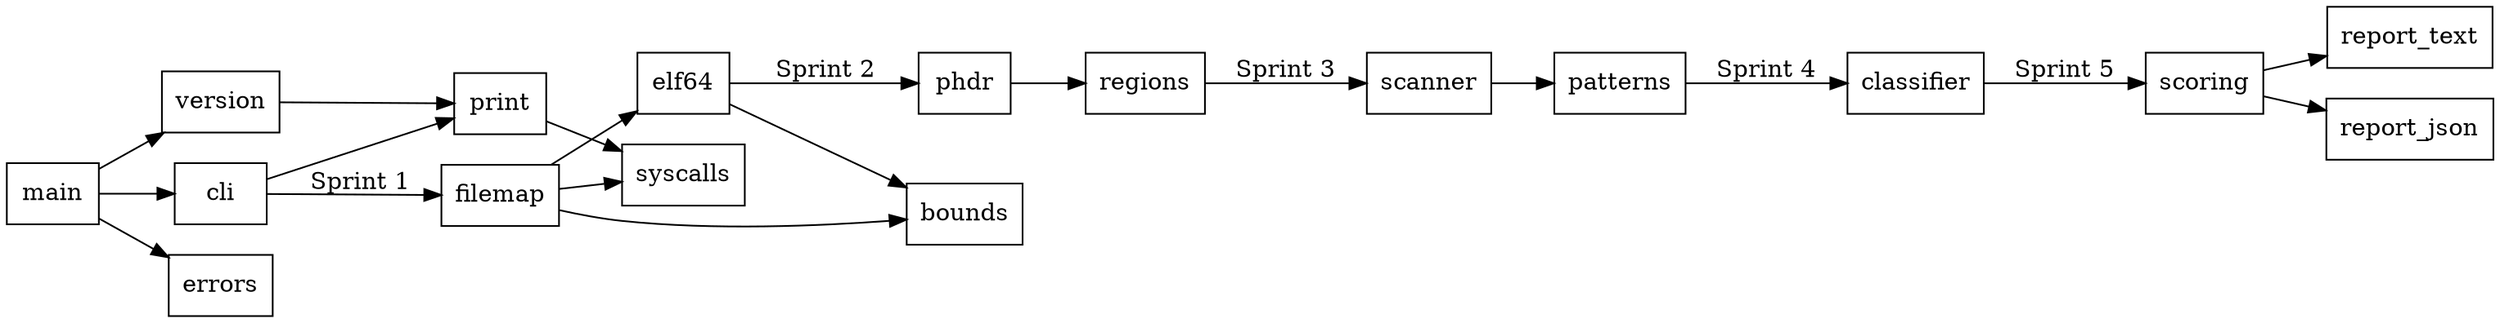
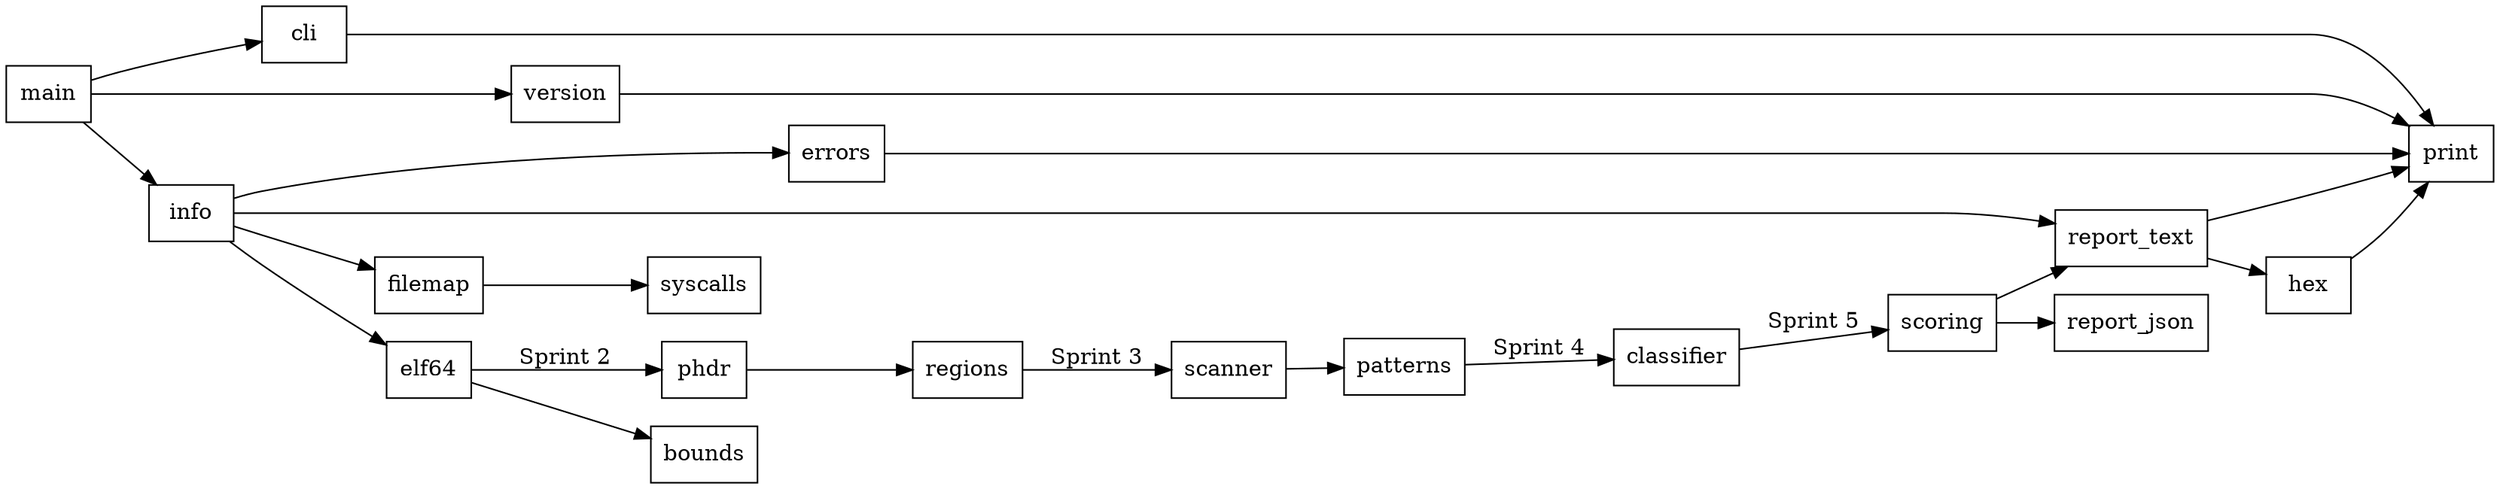
digraph x64lens_modules {
  rankdir=LR;
  node [shape=box];

  main -> cli;
  main -> version;
-   main -> errors;
+   main -> info;
  cli -> print;
  version -> print;
-   print -> syscalls;
+   info -> filemap;
+   info -> elf64;
+   info -> report_text;
+   info -> errors;
+   filemap -> syscalls;
+   elf64 -> bounds;
+   errors -> print;
+   report_text -> print;
+   report_text -> hex;
+   hex -> print;

-   cli -> filemap [label="Sprint 1"];
-   filemap -> syscalls;
-   filemap -> bounds;
-   filemap -> elf64;
-   elf64 -> bounds;
  elf64 -> phdr [label="Sprint 2"];
  phdr -> regions;
  regions -> scanner [label="Sprint 3"];
  scanner -> patterns;
  patterns -> classifier [label="Sprint 4"];
  classifier -> scoring [label="Sprint 5"];
  scoring -> report_text;
  scoring -> report_json;
}
